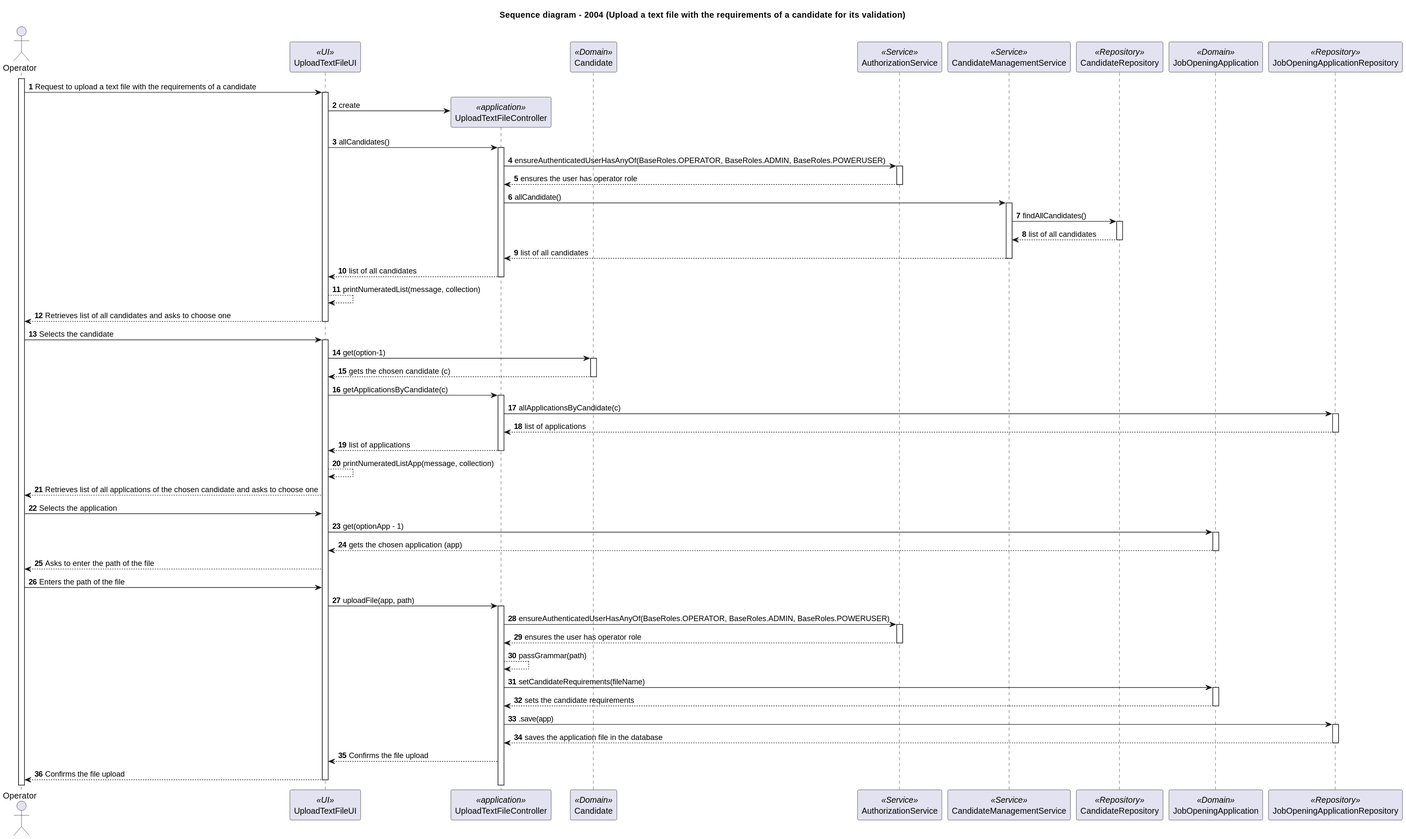
Earlier version of the PlantUML export docs/sprintC/2004/svg/2004-sequence-diagram.svg (marcoferreira37/Lapr4).
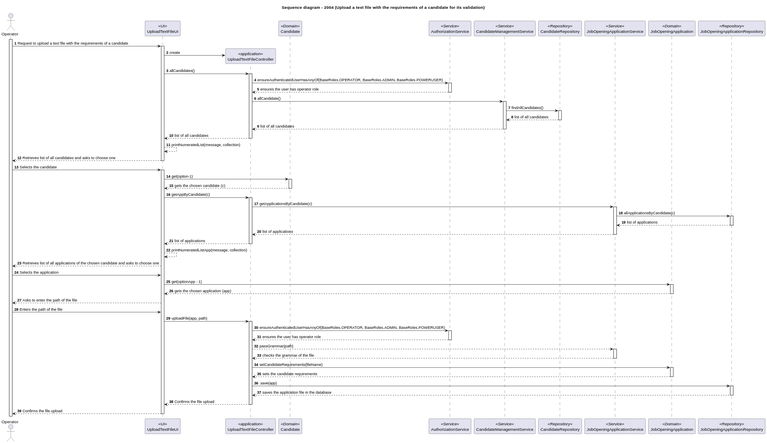
After the commit.

Diff of the diagram source:
```diff
@@ -9,6 +9,7 @@
 participant "AuthorizationService" as AS <<Service>>
 participant "CandidateManagementService" as CMS <<Service>>
 participant "CandidateRepository" as CREPO <<Repository>>
+participant "JobOpeningApplicationService" as JOAS <<Service>>
 participant "JobOpeningApplication" as JOA <<Domain>>
 participant "JobOpeningApplicationRepository" as JOREPO <<Repository>>
 activate Operator
@@ -40,12 +41,16 @@
 activate C
 C--> UI: gets the chosen candidate (c)
 deactivate C
-UI->CTRL:getApplicationsByCandidate(c)
+UI->CTRL:getAppByCandidate(c)
 activate CTRL
-CTRL-> JOREPO: allApplicationsByCandidate(c)
+CTRL->JOAS :getApplicationsByCandidate(c)
+activate JOAS
+JOAS->JOREPO:allApplicationsByCandidate(c)
 activate JOREPO
-JOREPO-->CTRL: list of applications
+JOREPO-->JOAS: list of applications
 deactivate JOREPO
+JOAS-->CTRL: list of applications
+deactivate JOAS
 CTRL--> UI: list of applications
 deactivate CTRL
 UI-->UI:printNumeratedListApp(message, collection)
@@ -63,7 +68,10 @@
 activate AS
 AS-->CTRL: ensures the user has operator role
 deactivate AS
-CTRL-->CTRL:passGrammar(path)
+CTRL-->JOAS:passGrammar(path)
+activate JOAS
+JOAS-->CTRL: checks the grammar of the file
+deactivate JOAS
 CTRL-> JOA:setCandidateRequirements(fileName)
 activate JOA
 JOA-->CTRL: sets the candidate requirements
@@ -73,6 +81,7 @@
 JOREPO-->CTRL: saves the application file in the database
 deactivate JOREPO
 CTRL-->UI : Confirms the file upload
+deactivate CTRL
 UI --> Operator: Confirms the file upload
 deactivate UI
 @enduml
```
